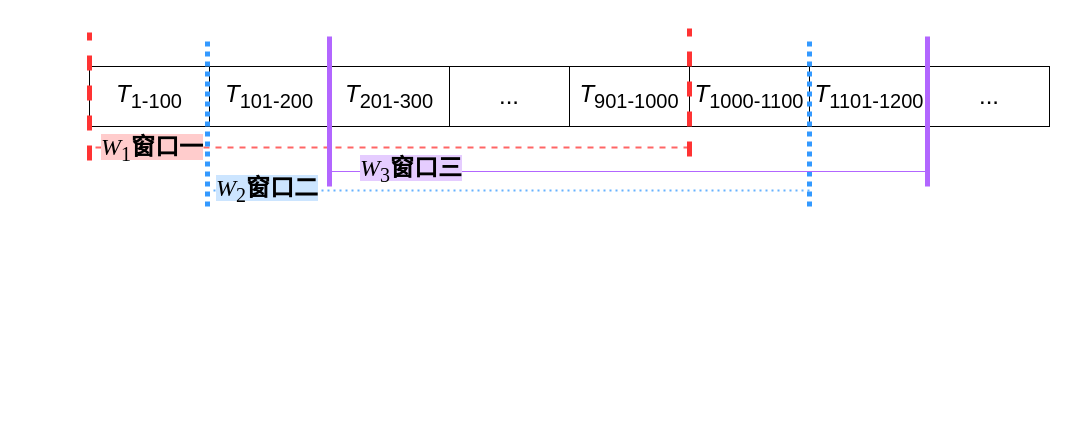
The draw.io diagram figures/flowchart/windows.drawio in zoezou9/fp_mining, before the edit. Source tidied: cells renumbered, new cells numbered last; positions are measured from the earlier drawing's top-left corner, leaving out a move shared by most shapes. Both pictures are drawn from the tidied source at 100%, with x=0, y=0 at pixel (17, 28).
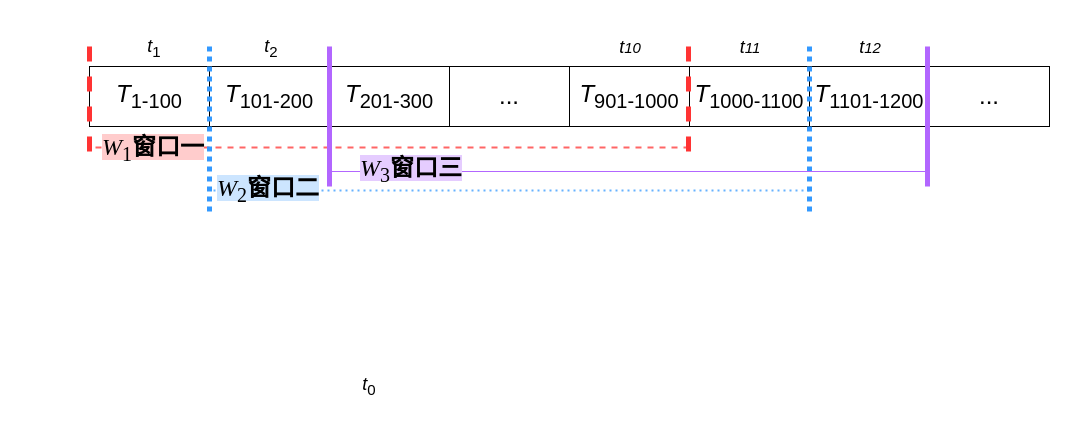
The same diagram, later.

The edit, as a diff of the source:
```diff
@@
     <mxCell id="13" style="endArrow=none;html=1;rounded=0;strokeColor=light-dark(#B266FF,#EDEDED);strokeWidth=5;" parent="1" edge="1">
       <mxGeometry relative="1" as="geometry">
         <mxPoint x="910" y="158" as="sourcePoint" />
-        <mxPoint x="910" y="8" as="targetPoint" />
+        <mxPoint x="910" y="18" as="targetPoint" />
       </mxGeometry>
     </mxCell>
     <mxCell id="14" value="&lt;font face=&quot;Times New Roman&quot; style=&quot;background-color: rgb(255, 204, 204); color: rgb(0, 0, 0); font-size: 24px;&quot;&gt;&lt;span style=&quot;line-height: 150%;&quot; lang=&quot;EN-US&quot;&gt;&lt;font style=&quot;&quot;&gt;&lt;i&gt;W&lt;/i&gt;&lt;sub style=&quot;&quot;&gt;1&lt;/sub&gt;&lt;/font&gt;&lt;/span&gt;&lt;b style=&quot;&quot;&gt;窗口一&lt;/b&gt;&lt;/font&gt;" style="text;html=1;align=center;verticalAlign=middle;whiteSpace=wrap;rounded=0;" parent="1" vertex="1">
-      <mxGeometry y="92" width="270" height="60" as="geometry" />
+      <mxGeometry x="72" y="92" width="128" height="60" as="geometry" />
     </mxCell>
     <mxCell id="15" value="&lt;font face=&quot;Times New Roman&quot; style=&quot;color: rgb(0, 0, 0); background-color: rgb(204, 229, 255); font-size: 24px;&quot;&gt;&lt;span style=&quot;line-height: 150%;&quot; lang=&quot;EN-US&quot;&gt;&lt;font style=&quot;&quot;&gt;&lt;i&gt;W&lt;/i&gt;&lt;sub style=&quot;&quot;&gt;2&lt;/sub&gt;&lt;/font&gt;&lt;/span&gt;&lt;b style=&quot;&quot;&gt;窗口二&lt;/b&gt;&lt;/font&gt;" style="text;html=1;align=center;verticalAlign=middle;whiteSpace=wrap;rounded=0;" parent="1" vertex="1">
-      <mxGeometry x="195" y="138" width="110" height="50" as="geometry" />
+      <mxGeometry x="196" y="138" width="110" height="50" as="geometry" />
     </mxCell>
-    <mxCell id="16" style="endArrow=none;html=1;rounded=0;strokeColor=light-dark(#ff3333, #ededed);strokeWidth=5;dashed=1;" parent="1" edge="1">
-      <mxGeometry relative="1" as="geometry">
-        <mxPoint x="672" y="128" as="sourcePoint" />
-        <mxPoint x="672" as="targetPoint" />
-      </mxGeometry>
-    </mxCell>
     <mxCell id="17" style="endArrow=none;html=1;rounded=0;strokeColor=light-dark(#3399ff, #ededed);strokeWidth=5;dashed=1;dashPattern=1 1;" parent="1" edge="1">
       <mxGeometry relative="1" as="geometry">
-        <mxPoint x="792" y="178" as="sourcePoint" />
-        <mxPoint x="792" y="8" as="targetPoint" />
+        <mxPoint x="792" y="183" as="sourcePoint" />
+        <mxPoint x="792" y="13" as="targetPoint" />
       </mxGeometry>
     </mxCell>
     <mxCell id="18" style="endArrow=none;html=1;rounded=0;strokeColor=light-dark(#3399ff, #ededed);strokeWidth=5;dashed=1;dashPattern=1 1;" parent="1" edge="1">
       <mxGeometry relative="1" as="geometry">
-        <mxPoint x="190" y="178" as="sourcePoint" />
-        <mxPoint x="190" y="8" as="targetPoint" />
+        <mxPoint x="192" y="183" as="sourcePoint" />
+        <mxPoint x="192" y="13" as="targetPoint" />
       </mxGeometry>
     </mxCell>
     <mxCell id="19" style="endArrow=none;html=1;rounded=0;strokeColor=light-dark(#B266FF,#EDEDED);strokeWidth=5;" parent="1" edge="1">
       <mxGeometry relative="1" as="geometry">
         <mxPoint x="312" y="158" as="sourcePoint" />
-        <mxPoint x="312" y="8" as="targetPoint" />
+        <mxPoint x="312" y="18" as="targetPoint" />
       </mxGeometry>
     </mxCell>
@@
     <mxCell id="22" style="endArrow=none;html=1;rounded=0;strokeColor=light-dark(#ff3333, #ededed);strokeWidth=5;dashed=1;" parent="1" edge="1">
       <mxGeometry relative="1" as="geometry">
-        <mxPoint x="72" y="132" as="sourcePoint" />
-        <mxPoint x="72" y="4" as="targetPoint" />
+        <mxPoint x="72" y="123" as="sourcePoint" />
+        <mxPoint x="72" y="9" as="targetPoint" />
       </mxGeometry>
     </mxCell>
+    <mxCell id="23" value="&lt;font style=&quot;font-size: 18px;&quot;&gt;&lt;i style=&quot;&quot;&gt;t&lt;/i&gt;&lt;sub style=&quot;&quot;&gt;0&lt;/sub&gt;&lt;/font&gt;" style="text;html=1;align=center;verticalAlign=middle;whiteSpace=wrap;rounded=0;" parent="1" vertex="1">
+      <mxGeometry x="322" y="328" width="60" height="60" as="geometry" />
+    </mxCell>
+    <mxCell id="24" style="endArrow=none;html=1;rounded=0;strokeColor=light-dark(#ff3333, #ededed);strokeWidth=5;dashed=1;" parent="1" edge="1">
+      <mxGeometry relative="1" as="geometry">
+        <mxPoint x="671" y="123" as="sourcePoint" />
+        <mxPoint x="671" y="9" as="targetPoint" />
+      </mxGeometry>
+    </mxCell>
+    <mxCell id="25" value="&lt;font style=&quot;font-size: 18px;&quot;&gt;&lt;i style=&quot;&quot;&gt;t&lt;/i&gt;&lt;sub style=&quot;&quot;&gt;1&lt;/sub&gt;&lt;/font&gt;" style="text;html=1;align=center;verticalAlign=middle;whiteSpace=wrap;rounded=0;" parent="1" vertex="1">
+      <mxGeometry x="107" y="-10" width="60" height="60" as="geometry" />
+    </mxCell>
+    <mxCell id="26" value="&lt;font style=&quot;font-size: 18px;&quot;&gt;&lt;i style=&quot;&quot;&gt;t&lt;/i&gt;&lt;sub style=&quot;&quot;&gt;2&lt;/sub&gt;&lt;/font&gt;" style="text;html=1;align=center;verticalAlign=middle;whiteSpace=wrap;rounded=0;" parent="1" vertex="1">
+      <mxGeometry x="224" y="-10" width="60" height="60" as="geometry" />
+    </mxCell>
+    <mxCell id="27" value="&lt;font style=&quot;&quot;&gt;&lt;i style=&quot;&quot;&gt;&lt;span style=&quot;font-size: 18px;&quot;&gt;t&lt;/span&gt;&lt;span style=&quot;font-size: 15px;&quot;&gt;10&lt;/span&gt;&lt;/i&gt;&lt;/font&gt;" style="text;html=1;align=center;verticalAlign=middle;whiteSpace=wrap;rounded=0;" parent="1" vertex="1">
+      <mxGeometry x="583" y="-11" width="60" height="60" as="geometry" />
+    </mxCell>
+    <mxCell id="28" value="&lt;font style=&quot;&quot;&gt;&lt;i style=&quot;&quot;&gt;&lt;span style=&quot;font-size: 18px;&quot;&gt;t&lt;/span&gt;&lt;span style=&quot;font-size: 15px;&quot;&gt;11&lt;/span&gt;&lt;/i&gt;&lt;/font&gt;" style="text;html=1;align=center;verticalAlign=middle;whiteSpace=wrap;rounded=0;" parent="1" vertex="1">
+      <mxGeometry x="703" y="-11" width="60" height="60" as="geometry" />
+    </mxCell>
+    <mxCell id="29" value="&lt;font style=&quot;&quot;&gt;&lt;i style=&quot;&quot;&gt;&lt;span style=&quot;font-size: 18px;&quot;&gt;t&lt;/span&gt;&lt;span style=&quot;font-size: 15px;&quot;&gt;12&lt;/span&gt;&lt;/i&gt;&lt;/font&gt;" style="text;html=1;align=center;verticalAlign=middle;whiteSpace=wrap;rounded=0;" parent="1" vertex="1">
+      <mxGeometry x="823" y="-11" width="60" height="60" as="geometry" />
+    </mxCell>
```
